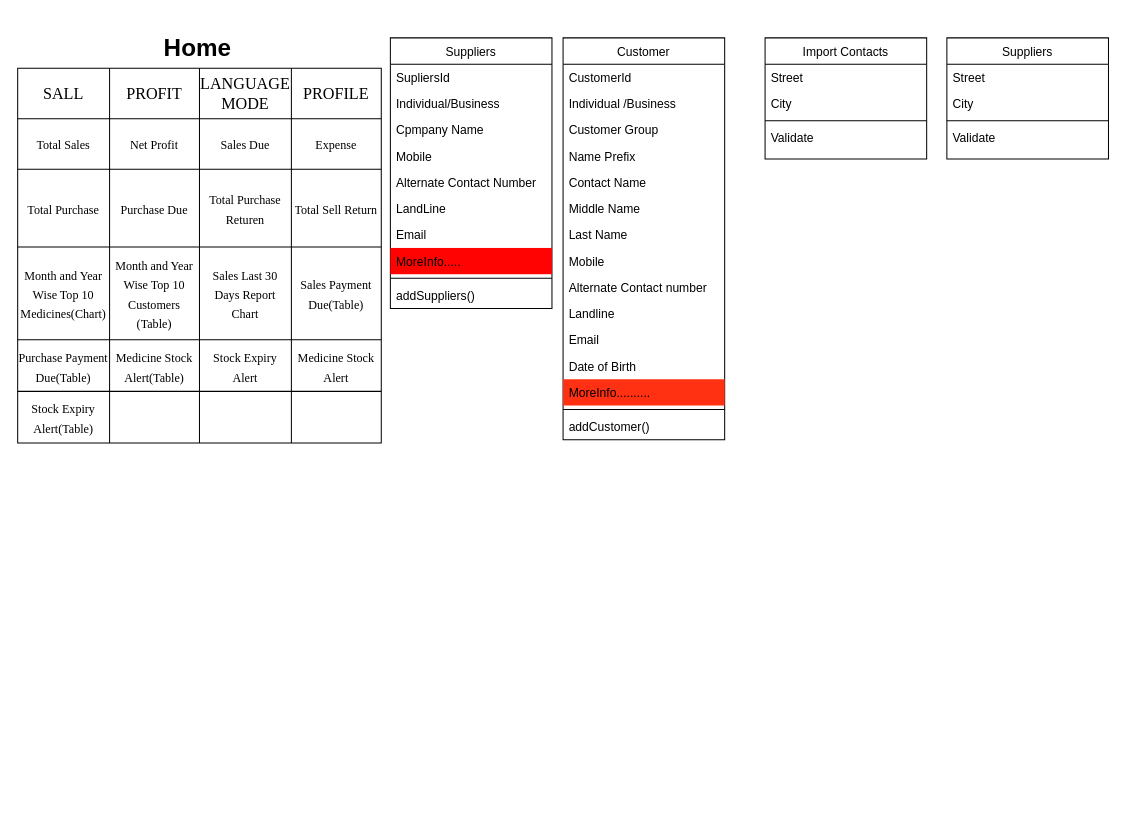
The draw.io diagram PMS.drawio in walidulhasan/UML, before the edit. Source tidied: cells renumbered, new cells numbered last; positions are measured from the earlier drawing's top-left corner, leaving out a move shared by most shapes. Both pictures are drawn from the tidied source at 101%, with x=0, y=0 at pixel (17, 27).
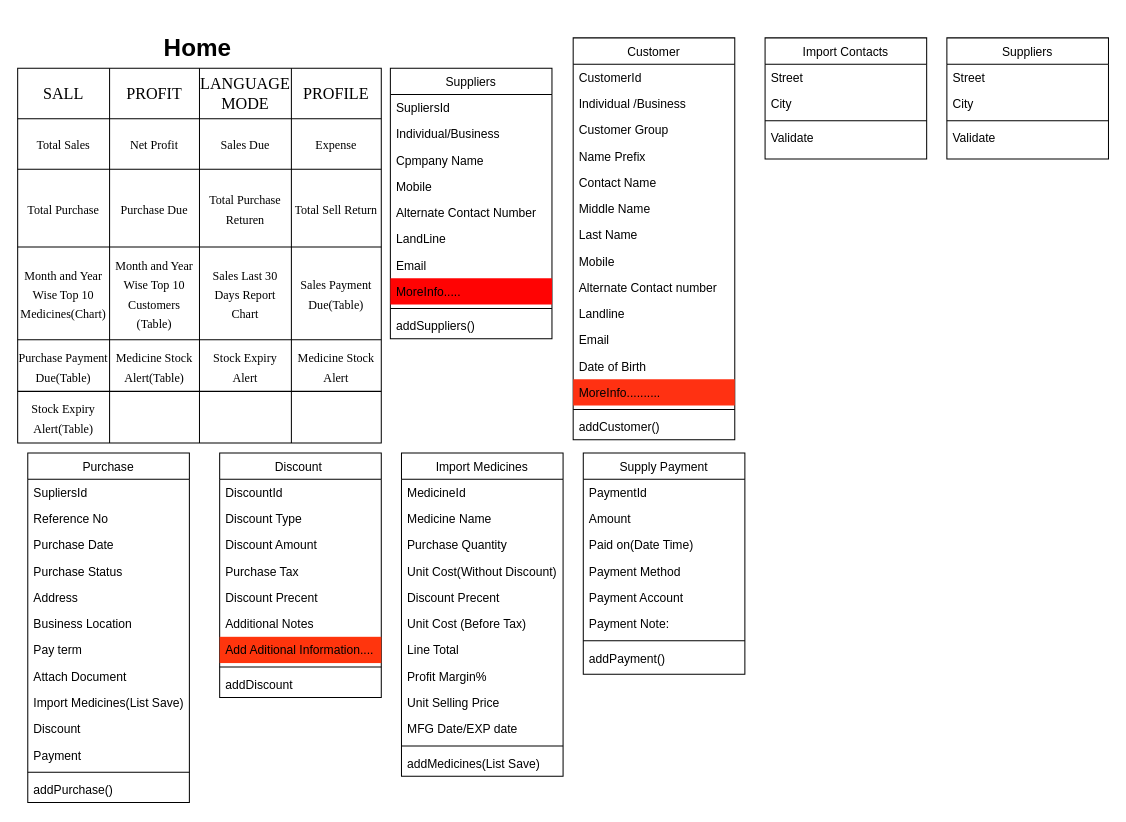
Above is the later version.

Change to the diagram source:
```diff
@@
     <mxCell id="2" value="Suppliers" style="swimlane;fontStyle=0;align=center;verticalAlign=top;horizontal=1;startSize=26;rounded=0;shadow=0;strokeWidth=1;" parent="1" vertex="1">
-      <mxGeometry x="369" y="10" width="160" height="268" as="geometry" />
+      <mxGeometry x="369" y="40" width="160" height="268" as="geometry" />
     </mxCell>
@@
     <mxCell id="23" value="Customer" style="swimlane;fontStyle=0;align=center;verticalAlign=top;horizontal=1;startSize=26;rounded=0;shadow=0;strokeWidth=1;" parent="1" vertex="1">
-      <mxGeometry x="540" y="10" width="160" height="398" as="geometry" />
+      <mxGeometry x="550" y="10" width="160" height="398" as="geometry" />
     </mxCell>
@@
+    <mxCell id="72" value="Purchase" style="swimlane;fontStyle=0;align=center;verticalAlign=top;horizontal=1;startSize=26;rounded=0;shadow=0;strokeWidth=1;" parent="1" vertex="1">
+      <mxGeometry x="10" y="421" width="160" height="346" as="geometry" />
+    </mxCell>
+    <mxCell id="73" value="SupliersId" style="text;align=left;verticalAlign=top;spacingLeft=4;spacingRight=4;overflow=hidden;" parent="72" vertex="1">
+      <mxGeometry y="26" width="160" height="26" as="geometry" />
+    </mxCell>
+    <mxCell id="74" value="Reference No" style="text;align=left;verticalAlign=top;spacingLeft=4;spacingRight=4;overflow=hidden;" parent="72" vertex="1">
+      <mxGeometry y="52" width="160" height="26" as="geometry" />
+    </mxCell>
+    <mxCell id="75" value="Purchase Date" style="text;align=left;verticalAlign=top;spacingLeft=4;spacingRight=4;overflow=hidden;rounded=0;shadow=0;html=0;" parent="72" vertex="1">
+      <mxGeometry y="78" width="160" height="26" as="geometry" />
+    </mxCell>
+    <mxCell id="76" value="Purchase Status" style="text;align=left;verticalAlign=top;spacingLeft=4;spacingRight=4;overflow=hidden;rounded=0;shadow=0;html=0;" parent="72" vertex="1">
+      <mxGeometry y="104" width="160" height="26" as="geometry" />
+    </mxCell>
+    <mxCell id="77" value="Address" style="text;align=left;verticalAlign=top;spacingLeft=4;spacingRight=4;overflow=hidden;rounded=0;shadow=0;html=0;" parent="72" vertex="1">
+      <mxGeometry y="130" width="160" height="26" as="geometry" />
+    </mxCell>
+    <mxCell id="78" value="Business Location" style="text;align=left;verticalAlign=top;spacingLeft=4;spacingRight=4;overflow=hidden;rounded=0;shadow=0;html=0;" parent="72" vertex="1">
+      <mxGeometry y="156" width="160" height="26" as="geometry" />
+    </mxCell>
+    <mxCell id="79" value="Pay term" style="text;align=left;verticalAlign=top;spacingLeft=4;spacingRight=4;overflow=hidden;rounded=0;shadow=0;html=0;" parent="72" vertex="1">
+      <mxGeometry y="182" width="160" height="26" as="geometry" />
+    </mxCell>
+    <mxCell id="80" value="Attach Document" style="text;align=left;verticalAlign=top;spacingLeft=4;spacingRight=4;overflow=hidden;rounded=0;shadow=0;html=0;" parent="72" vertex="1">
+      <mxGeometry y="208" width="160" height="26" as="geometry" />
+    </mxCell>
+    <mxCell id="81" value="Import Medicines(List Save)" style="text;align=left;verticalAlign=top;spacingLeft=4;spacingRight=4;overflow=hidden;rounded=0;shadow=0;html=0;" parent="72" vertex="1">
+      <mxGeometry y="234" width="160" height="26" as="geometry" />
+    </mxCell>
+    <mxCell id="82" value="Discount " style="text;align=left;verticalAlign=top;spacingLeft=4;spacingRight=4;overflow=hidden;rounded=0;shadow=0;html=0;" parent="72" vertex="1">
+      <mxGeometry y="260" width="160" height="26" as="geometry" />
+    </mxCell>
+    <mxCell id="83" value="Payment" style="text;align=left;verticalAlign=top;spacingLeft=4;spacingRight=4;overflow=hidden;rounded=0;shadow=0;html=0;" parent="72" vertex="1">
+      <mxGeometry y="286" width="160" height="26" as="geometry" />
+    </mxCell>
+    <mxCell id="84" style="line;html=1;strokeWidth=1;align=left;verticalAlign=middle;spacingTop=-1;spacingLeft=3;spacingRight=3;labelPosition=right;" parent="72" vertex="1">
+      <mxGeometry y="312" width="160" height="8" as="geometry" />
+    </mxCell>
+    <mxCell id="85" value="addPurchase()" style="text;align=left;verticalAlign=top;spacingLeft=4;spacingRight=4;overflow=hidden;" parent="72" vertex="1">
+      <mxGeometry y="320" width="160" height="26" as="geometry" />
+    </mxCell>
+    <mxCell id="86" value="Import Medicines" style="swimlane;fontStyle=0;align=center;verticalAlign=top;horizontal=1;startSize=26;rounded=0;shadow=0;strokeWidth=1;" parent="1" vertex="1">
+      <mxGeometry x="380" y="421" width="160" height="320" as="geometry" />
+    </mxCell>
+    <mxCell id="87" value="MedicineId" style="text;align=left;verticalAlign=top;spacingLeft=4;spacingRight=4;overflow=hidden;" parent="86" vertex="1">
+      <mxGeometry y="26" width="160" height="26" as="geometry" />
+    </mxCell>
+    <mxCell id="88" value="Medicine Name" style="text;align=left;verticalAlign=top;spacingLeft=4;spacingRight=4;overflow=hidden;" parent="86" vertex="1">
+      <mxGeometry y="52" width="160" height="26" as="geometry" />
+    </mxCell>
+    <mxCell id="89" value="Purchase Quantity" style="text;align=left;verticalAlign=top;spacingLeft=4;spacingRight=4;overflow=hidden;rounded=0;shadow=0;html=0;" parent="86" vertex="1">
+      <mxGeometry y="78" width="160" height="26" as="geometry" />
+    </mxCell>
+    <mxCell id="90" value="Unit Cost(Without Discount)" style="text;align=left;verticalAlign=top;spacingLeft=4;spacingRight=4;overflow=hidden;rounded=0;shadow=0;html=0;" parent="86" vertex="1">
+      <mxGeometry y="104" width="160" height="26" as="geometry" />
+    </mxCell>
+    <mxCell id="91" value="Discount Precent" style="text;align=left;verticalAlign=top;spacingLeft=4;spacingRight=4;overflow=hidden;rounded=0;shadow=0;html=0;" parent="86" vertex="1">
+      <mxGeometry y="130" width="160" height="26" as="geometry" />
+    </mxCell>
+    <mxCell id="92" value="Unit Cost (Before Tax)" style="text;align=left;verticalAlign=top;spacingLeft=4;spacingRight=4;overflow=hidden;rounded=0;shadow=0;html=0;" parent="86" vertex="1">
+      <mxGeometry y="156" width="160" height="26" as="geometry" />
+    </mxCell>
+    <mxCell id="93" value="Line Total" style="text;align=left;verticalAlign=top;spacingLeft=4;spacingRight=4;overflow=hidden;rounded=0;shadow=0;html=0;" parent="86" vertex="1">
+      <mxGeometry y="182" width="160" height="26" as="geometry" />
+    </mxCell>
+    <mxCell id="94" value="Profit Margin%" style="text;align=left;verticalAlign=top;spacingLeft=4;spacingRight=4;overflow=hidden;rounded=0;shadow=0;html=0;" parent="86" vertex="1">
+      <mxGeometry y="208" width="160" height="26" as="geometry" />
+    </mxCell>
+    <mxCell id="95" value="Unit Selling Price" style="text;align=left;verticalAlign=top;spacingLeft=4;spacingRight=4;overflow=hidden;rounded=0;shadow=0;html=0;" parent="86" vertex="1">
+      <mxGeometry y="234" width="160" height="26" as="geometry" />
+    </mxCell>
+    <mxCell id="96" value="MFG Date/EXP date" style="text;align=left;verticalAlign=top;spacingLeft=4;spacingRight=4;overflow=hidden;rounded=0;shadow=0;html=0;" parent="86" vertex="1">
+      <mxGeometry y="260" width="160" height="26" as="geometry" />
+    </mxCell>
+    <mxCell id="97" style="line;html=1;strokeWidth=1;align=left;verticalAlign=middle;spacingTop=-1;spacingLeft=3;spacingRight=3;labelPosition=right;" parent="86" vertex="1">
+      <mxGeometry y="286" width="160" height="8" as="geometry" />
+    </mxCell>
+    <mxCell id="98" value="addMedicines(List Save)" style="text;align=left;verticalAlign=top;spacingLeft=4;spacingRight=4;overflow=hidden;" parent="86" vertex="1">
+      <mxGeometry y="294" width="160" height="26" as="geometry" />
+    </mxCell>
+    <mxCell id="99" value="Discount " style="swimlane;fontStyle=0;align=center;verticalAlign=top;horizontal=1;startSize=26;rounded=0;shadow=0;strokeWidth=1;" parent="1" vertex="1">
+      <mxGeometry x="200" y="421" width="160" height="242" as="geometry" />
+    </mxCell>
+    <mxCell id="100" value="DiscountId" style="text;align=left;verticalAlign=top;spacingLeft=4;spacingRight=4;overflow=hidden;" parent="99" vertex="1">
+      <mxGeometry y="26" width="160" height="26" as="geometry" />
+    </mxCell>
+    <mxCell id="101" value="Discount Type" style="text;align=left;verticalAlign=top;spacingLeft=4;spacingRight=4;overflow=hidden;" parent="99" vertex="1">
+      <mxGeometry y="52" width="160" height="26" as="geometry" />
+    </mxCell>
+    <mxCell id="102" value="Discount Amount" style="text;align=left;verticalAlign=top;spacingLeft=4;spacingRight=4;overflow=hidden;rounded=0;shadow=0;html=0;" parent="99" vertex="1">
+      <mxGeometry y="78" width="160" height="26" as="geometry" />
+    </mxCell>
+    <mxCell id="103" value="Purchase Tax" style="text;align=left;verticalAlign=top;spacingLeft=4;spacingRight=4;overflow=hidden;rounded=0;shadow=0;html=0;" parent="99" vertex="1">
+      <mxGeometry y="104" width="160" height="26" as="geometry" />
+    </mxCell>
+    <mxCell id="104" value="Discount Precent" style="text;align=left;verticalAlign=top;spacingLeft=4;spacingRight=4;overflow=hidden;rounded=0;shadow=0;html=0;" parent="99" vertex="1">
+      <mxGeometry y="130" width="160" height="26" as="geometry" />
+    </mxCell>
+    <mxCell id="105" value="Additional Notes" style="text;align=left;verticalAlign=top;spacingLeft=4;spacingRight=4;overflow=hidden;rounded=0;shadow=0;html=0;" parent="99" vertex="1">
+      <mxGeometry y="156" width="160" height="26" as="geometry" />
+    </mxCell>
+    <mxCell id="106" value="Add Aditional Information...." style="text;align=left;verticalAlign=top;spacingLeft=4;spacingRight=4;overflow=hidden;rounded=0;shadow=0;html=0;fillColor=#FF350D;" parent="99" vertex="1">
+      <mxGeometry y="182" width="160" height="26" as="geometry" />
+    </mxCell>
+    <mxCell id="107" style="line;html=1;strokeWidth=1;align=left;verticalAlign=middle;spacingTop=-1;spacingLeft=3;spacingRight=3;labelPosition=right;" parent="99" vertex="1">
+      <mxGeometry y="208" width="160" height="8" as="geometry" />
+    </mxCell>
+    <mxCell id="108" value="addDiscount" style="text;align=left;verticalAlign=top;spacingLeft=4;spacingRight=4;overflow=hidden;" parent="99" vertex="1">
+      <mxGeometry y="216" width="160" height="26" as="geometry" />
+    </mxCell>
+    <mxCell id="109" value="Supply Payment" style="swimlane;fontStyle=0;align=center;verticalAlign=top;horizontal=1;startSize=26;rounded=0;shadow=0;strokeWidth=1;" parent="1" vertex="1">
+      <mxGeometry x="560" y="421" width="160" height="219" as="geometry" />
+    </mxCell>
+    <mxCell id="110" value="PaymentId" style="text;align=left;verticalAlign=top;spacingLeft=4;spacingRight=4;overflow=hidden;" parent="109" vertex="1">
+      <mxGeometry y="26" width="160" height="26" as="geometry" />
+    </mxCell>
+    <mxCell id="111" value="Amount" style="text;align=left;verticalAlign=top;spacingLeft=4;spacingRight=4;overflow=hidden;" parent="109" vertex="1">
+      <mxGeometry y="52" width="160" height="26" as="geometry" />
+    </mxCell>
+    <mxCell id="112" value="Paid on(Date Time)" style="text;align=left;verticalAlign=top;spacingLeft=4;spacingRight=4;overflow=hidden;rounded=0;shadow=0;html=0;" parent="109" vertex="1">
+      <mxGeometry y="78" width="160" height="26" as="geometry" />
+    </mxCell>
+    <mxCell id="113" value="Payment Method" style="text;align=left;verticalAlign=top;spacingLeft=4;spacingRight=4;overflow=hidden;rounded=0;shadow=0;html=0;" parent="109" vertex="1">
+      <mxGeometry y="104" width="160" height="26" as="geometry" />
+    </mxCell>
+    <mxCell id="114" value="Payment Account" style="text;align=left;verticalAlign=top;spacingLeft=4;spacingRight=4;overflow=hidden;rounded=0;shadow=0;html=0;" parent="109" vertex="1">
+      <mxGeometry y="130" width="160" height="26" as="geometry" />
+    </mxCell>
+    <mxCell id="115" value="Payment Note:" style="text;align=left;verticalAlign=top;spacingLeft=4;spacingRight=4;overflow=hidden;rounded=0;shadow=0;html=0;" parent="109" vertex="1">
+      <mxGeometry y="156" width="160" height="26" as="geometry" />
+    </mxCell>
+    <mxCell id="116" style="line;html=1;strokeWidth=1;align=left;verticalAlign=middle;spacingTop=-1;spacingLeft=3;spacingRight=3;labelPosition=right;" parent="109" vertex="1">
+      <mxGeometry y="182" width="160" height="8" as="geometry" />
+    </mxCell>
+    <mxCell id="117" value="addPayment()" style="text;align=left;verticalAlign=top;spacingLeft=4;spacingRight=4;overflow=hidden;" parent="109" vertex="1">
+      <mxGeometry y="190" width="160" height="26" as="geometry" />
+    </mxCell>
```
